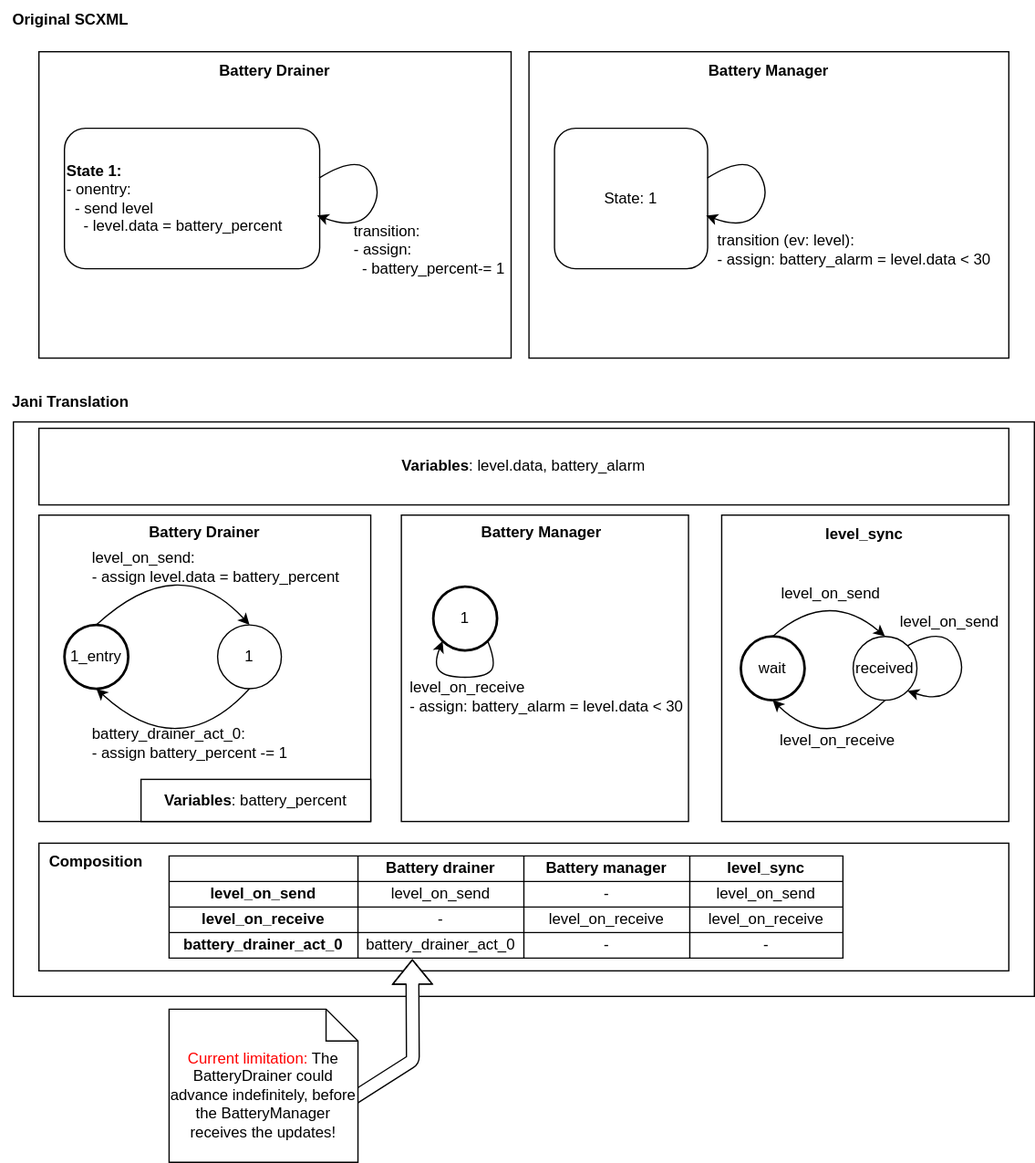
convince-project/AS2FM keeps this draw.io diagram as docs/source/graphics/scxml_to_jani.drawio.svg. Above is the earlier version. Source tidied: cells renumbered, new cells last; positions are measured from the earlier drawing's top-left corner, leaving out a move shared by most shapes.
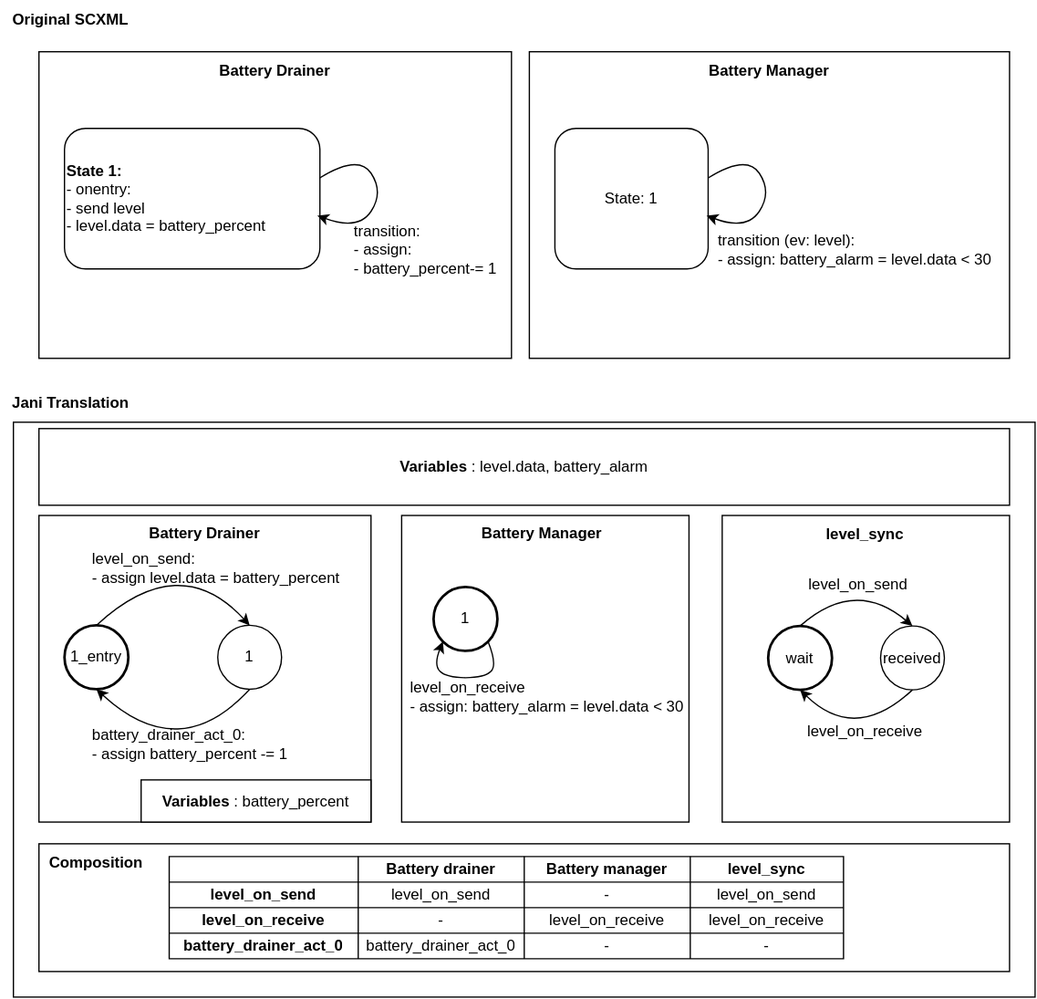
The same file after the commit.

The edit, as a diff of the source:
```diff
@@ -120,42 +120,30 @@
       <mxGeometry x="616.5" y="403" width="120" height="30" as="geometry" />
     </mxCell>
     <mxCell id="32" value="wait" style="ellipse;whiteSpace=wrap;html=1;fontFamily=Helvetica;perimeterSpacing=0;strokeWidth=2;" parent="1" vertex="1">
-      <mxGeometry x="580" y="498" width="50" height="50" as="geometry" />
+      <mxGeometry x="601" y="489.5" width="50" height="50" as="geometry" />
     </mxCell>
     <mxCell id="33" value="received" style="ellipse;whiteSpace=wrap;html=1;fontFamily=Helvetica;perimeterSpacing=0;strokeWidth=1;" parent="1" vertex="1">
-      <mxGeometry x="668" y="498" width="50" height="50" as="geometry" />
+      <mxGeometry x="689" y="489.5" width="50" height="50" as="geometry" />
     </mxCell>
     <mxCell id="34" style="curved=1;endArrow=classic;html=1;fontFamily=Helvetica;exitX=0.5;exitY=0;exitDx=0;exitDy=0;entryX=0.5;entryY=0;entryDx=0;entryDy=0;" parent="1" edge="1" source="32" target="33">
       <mxGeometry relative="1" as="geometry">
         <Array as="points">
-          <mxPoint x="648" y="460" />
+          <mxPoint x="669" y="451.5" />
         </Array>
       </mxGeometry>
     </mxCell>
     <mxCell id="35" style="curved=1;endArrow=classic;html=1;fontFamily=Helvetica;entryX=0.5;entryY=1;entryDx=0;entryDy=0;exitX=0.5;exitY=1;exitDx=0;exitDy=0;" parent="1" edge="1" source="33" target="32">
       <mxGeometry relative="1" as="geometry">
         <Array as="points">
-          <mxPoint x="648" y="590" />
+          <mxPoint x="669" y="581.5" />
         </Array>
       </mxGeometry>
     </mxCell>
-    <mxCell id="36" style="curved=1;endArrow=classic;html=1;fontFamily=Helvetica;entryX=1;entryY=1;entryDx=0;entryDy=0;exitX=1;exitY=0;exitDx=0;exitDy=0;" parent="1" edge="1" source="33" target="33">
-      <mxGeometry relative="1" as="geometry">
-        <Array as="points">
-          <mxPoint x="738" y="490" />
-          <mxPoint x="758" y="523" />
-          <mxPoint x="738" y="550" />
-        </Array>
-      </mxGeometry>
-    </mxCell>
     <mxCell id="37" value="level_on_send" style="text;html=1;strokeColor=none;fillColor=none;align=left;verticalAlign=middle;whiteSpace=wrap;rounded=0;strokeWidth=1;fontFamily=Helvetica;" parent="1" vertex="1">
-      <mxGeometry x="610" y="450" width="90" height="30" as="geometry" />
+      <mxGeometry x="631" y="441.5" width="90" height="30" as="geometry" />
     </mxCell>
-    <mxCell id="38" value="level_on_send" style="text;html=1;strokeColor=none;fillColor=none;align=left;verticalAlign=middle;whiteSpace=wrap;rounded=0;strokeWidth=1;fontFamily=Helvetica;" parent="1" vertex="1">
-      <mxGeometry x="703" y="472" width="90" height="30" as="geometry" />
-    </mxCell>
     <mxCell id="39" value="level_on_receive" style="text;html=1;strokeColor=none;fillColor=none;align=left;verticalAlign=middle;whiteSpace=wrap;rounded=0;strokeWidth=1;fontFamily=Helvetica;" parent="1" vertex="1">
-      <mxGeometry x="609" y="565" width="90" height="30" as="geometry" />
+      <mxGeometry x="630" y="556.5" width="90" height="30" as="geometry" />
     </mxCell>
     <mxCell id="40" style="rounded=0;whiteSpace=wrap;html=1;strokeWidth=1;fontFamily=Helvetica;" parent="1" vertex="1">
       <mxGeometry x="30" y="660" width="760" height="100" as="geometry" />
@@ -226,15 +214,5 @@
     <mxCell id="62" value="-" style="shape=partialRectangle;html=1;whiteSpace=wrap;overflow=hidden;fillColor=none;top=0;left=0;bottom=0;right=0;strokeWidth=1;fontFamily=Helvetica;" parent="58" vertex="1">
       <mxGeometry x="408" width="120" height="20" as="geometry" />
     </mxCell>
-    <mxCell id="63" style="shape=flexArrow;endArrow=classic;html=1;entryX=0.361;entryY=1.045;entryDx=0;entryDy=0;entryPerimeter=0;fillColor=default;exitX=0;exitY=0;exitDx=140;exitDy=72.5;exitPerimeter=0;" parent="1" edge="1" source="64" target="58">
-      <mxGeometry relative="1" as="geometry">
-        <Array as="points">
-          <mxPoint x="323" y="830" />
-        </Array>
-      </mxGeometry>
-    </mxCell>
-    <mxCell id="64" value="&lt;font color=&quot;#ff0000&quot;&gt;Current limitation:&lt;/font&gt; The BatteryDrainer could advance indefinitely, before the BatteryManager receives the updates!" style="shape=note2;boundedLbl=1;whiteSpace=wrap;html=1;size=25;verticalAlign=top;align=center;" parent="1" vertex="1">
-      <mxGeometry x="132" y="790" width="148" height="120" as="geometry" />
-    </mxCell>
   </root>
 </mxGraphModel>
```
